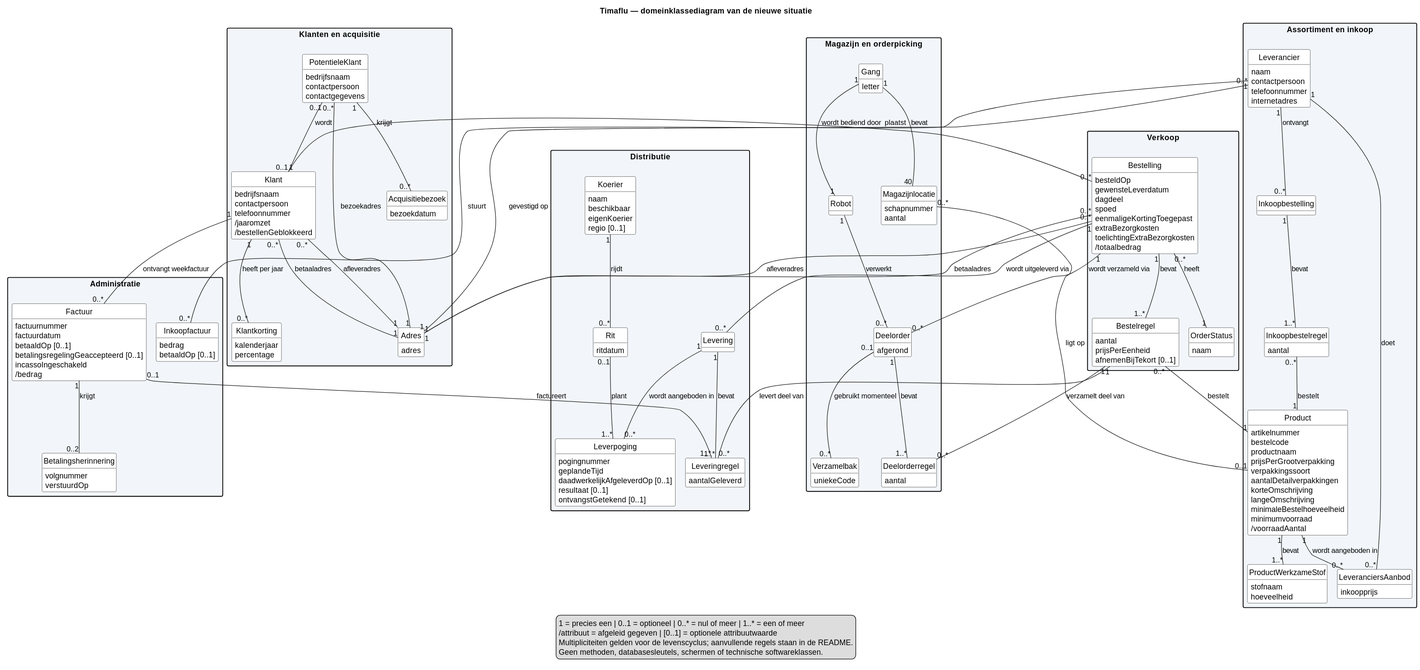
This is Documentation/Architecture/uml/export/domain/dkd-timaflu.svg from ViktorQorri/Project-Timaflu, a PlantUML export, as it was before one commit. The source it was exported from:
```plantuml
@startuml
!pragma layout smetana
title Timaflu — domeinklassediagram van de nieuwe situatie
top to bottom direction
skinparam classAttributeIconSize 0
skinparam packageStyle rectangle
skinparam shadowing false
skinparam linetype polyline
skinparam nodesep 45
skinparam ranksep 65
skinparam classBackgroundColor #FFFFFF
skinparam packageBackgroundColor #F2F6FA
hide methods
hide circle

package "Klanten en acquisitie" {
  class Klant {
    bedrijfsnaam
    contactpersoon
    telefoonnummer
    /jaaromzet
    /bestellenGeblokkeerd
  }
  class Adres {
    adres
  }
  class PotentieleKlant {
    bedrijfsnaam
    contactpersoon
    contactgegevens
  }
  class Acquisitiebezoek {
    bezoekdatum
  }
  class Klantkorting {
    kalenderjaar
    percentage
  }
}

package "Verkoop" {
  class Bestelling {
    besteldOp
    gewensteLeverdatum
    dagdeel
    spoed
    eenmaligeKortingToegepast
    extraBezorgkosten
    toelichtingExtraBezorgkosten
    /totaalbedrag
  }
  class Bestelregel {
    aantal
    prijsPerEenheid
    afnemenBijTekort [0..1]
  }
  class OrderStatus {
    naam
  }
}

package "Assortiment en inkoop" {
  class Product {
    artikelnummer
    bestelcode
    productnaam
    prijsPerGrootverpakking
    verpakkingssoort
    aantalDetailverpakkingen
    korteOmschrijving
    langeOmschrijving
    minimaleBestelhoeveelheid
    minimumvoorraad
    /voorraadAantal
  }
  class ProductWerkzameStof {
    stofnaam
    hoeveelheid
  }
  class Leverancier {
    naam
    contactpersoon
    telefoonnummer
    internetadres
  }
  class LeveranciersAanbod {
    inkoopprijs
  }
  class Inkoopbestelling
  class Inkoopbestelregel {
    aantal
  }
}

package "Magazijn en orderpicking" {
  class Gang {
    letter
  }
  class Magazijnlocatie {
    schapnummer
    aantal
  }
  class Robot
  class Deelorder {
    afgerond
  }
  class Deelorderregel {
    aantal
  }
  class Verzamelbak {
    uniekeCode
  }
}

package "Distributie" {
  class Koerier {
    naam
    beschikbaar
    eigenKoerier
    regio [0..1]
  }
  class Rit {
    ritdatum
  }
  class Levering
  class Leverpoging {
    pogingnummer
    geplandeTijd
    daadwerkelijkAfgeleverdOp [0..1]
    resultaat [0..1]
    ontvangstGetekend [0..1]
  }
  class Leveringregel {
    aantalGeleverd
  }
}

package "Administratie" {
  class Factuur {
    factuurnummer
    factuurdatum
    betaaldOp [0..1]
    betalingsregelingGeaccepteerd [0..1]
    incassoIngeschakeld
    /bedrag
  }
  class Betalingsherinnering {
    volgnummer
    verstuurdOp
  }
  class Inkoopfactuur {
    bedrag
    betaaldOp [0..1]
  }
}

Klant "0..*" -- "1" Adres : afleveradres
Klant "0..*" -- "1" Adres : betaaladres
PotentieleKlant "0..*" -- "1" Adres : bezoekadres
PotentieleKlant "1" -- "0..*" Acquisitiebezoek : krijgt
PotentieleKlant "0..1" -- "0..1" Klant : wordt
Klant "1" -- "0..*" Klantkorting : heeft per jaar
Klant "1" -- "0..*" Bestelling : plaatst
Bestelling "0..*" -- "1" Adres : afleveradres
Bestelling "0..*" -- "1" Adres : betaaladres
Bestelling "1" -- "1..*" Bestelregel : bevat
Bestelregel "0..*" -- "1" Product : bestelt
Bestelling "0..*" -- "1" OrderStatus : heeft

Product "1" -- "1..*" ProductWerkzameStof : bevat
Leverancier "0..*" -- "1" Adres : gevestigd op
Leverancier "1" -- "0..*" LeveranciersAanbod : doet
Product "1" -- "0..*" LeveranciersAanbod : wordt aangeboden in
Leverancier "1" -- "0..*" Inkoopbestelling : ontvangt
Inkoopbestelling "1" -- "1..*" Inkoopbestelregel : bevat
Inkoopbestelregel "0..*" -- "1" Product : bestelt

Gang "1" -- "40" Magazijnlocatie : bevat
Gang "1" -- "1" Robot : wordt bediend door
Product "0..1" -- "0..*" Magazijnlocatie : ligt op
Bestelling "1" -- "0..*" Deelorder : wordt verzameld via
Robot "1" -- "0..*" Deelorder : verwerkt
Deelorder "1" -- "1..*" Deelorderregel : bevat
Deelorderregel "0..*" -- "1" Bestelregel : verzamelt deel van
Deelorder "0..1" -- "0..*" Verzamelbak : gebruikt momenteel

Koerier "1" -- "0..*" Rit : rijdt
Rit "0..1" -- "1..*" Leverpoging : plant
Bestelling "1" -- "0..*" Levering : wordt uitgeleverd via
Levering "1" -- "0..*" Leverpoging : wordt aangeboden in
Levering "1" -- "1..*" Leveringregel : bevat
Leveringregel "0..*" -- "1" Bestelregel : levert deel van

Klant "1" -- "0..*" Factuur : ontvangt weekfactuur
Factuur "0..1" -- "1..*" Leveringregel : factureert
Factuur "1" -- "0..2" Betalingsherinnering : krijgt
Leverancier "1" -- "0..*" Inkoopfactuur : stuurt

legend bottom
  1 = precies een | 0..1 = optioneel | 0..* = nul of meer | 1..* = een of meer
  /attribuut = afgeleid gegeven | [0..1] = optionele attribuutwaarde
  Multipliciteiten gelden voor de levenscyclus; aanvullende regels staan in de README.
  Geen methoden, databasesleutels, schermen of technische softwareklassen.
endlegend
@enduml
```
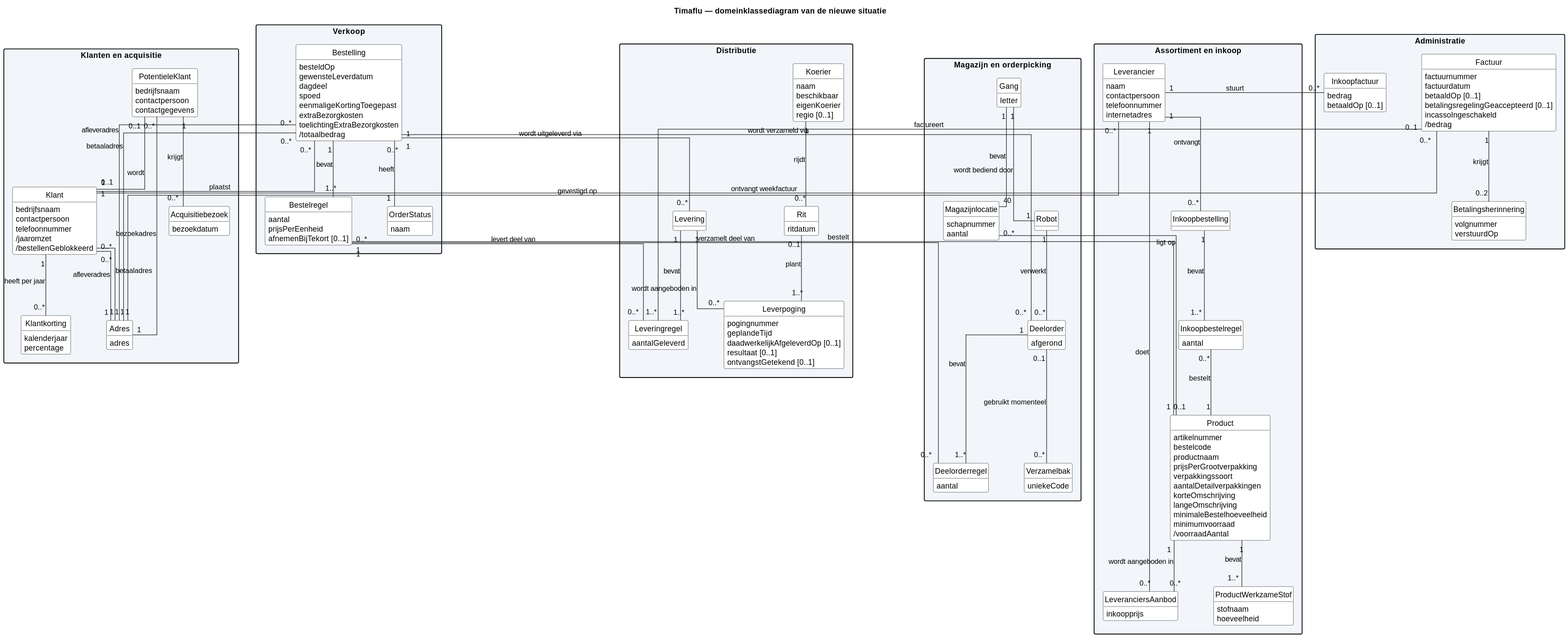
The same file after the commit.

The edit, as a diff of the source:
```diff
@@ -1,19 +1,18 @@
 @startuml
-!pragma layout smetana
 title Timaflu — domeinklassediagram van de nieuwe situatie
 top to bottom direction
 skinparam classAttributeIconSize 0
 skinparam packageStyle rectangle
 skinparam shadowing false
-skinparam linetype polyline
-skinparam nodesep 45
-skinparam ranksep 65
+skinparam linetype ortho
+skinparam nodesep 65
+skinparam ranksep 85
 skinparam classBackgroundColor #FFFFFF
 skinparam packageBackgroundColor #F2F6FA
 hide methods
 hide circle
 
-package "Klanten en acquisitie" {
+package "Klanten en acquisitie" as P1 {
   class Klant {
     bedrijfsnaam
     contactpersoon
@@ -38,7 +37,7 @@
   }
 }
 
-package "Verkoop" {
+package "Verkoop" as P2 {
   class Bestelling {
     besteldOp
     gewensteLeverdatum
@@ -59,7 +58,7 @@
   }
 }
 
-package "Assortiment en inkoop" {
+package "Assortiment en inkoop" as P3 {
   class Product {
     artikelnummer
     bestelcode
@@ -92,7 +91,7 @@
   }
 }
 
-package "Magazijn en orderpicking" {
+package "Magazijn en orderpicking" as P4 {
   class Gang {
     letter
   }
@@ -112,7 +111,7 @@
   }
 }
 
-package "Distributie" {
+package "Distributie" as P5 {
   class Koerier {
     naam
     beschikbaar
@@ -135,7 +134,7 @@
   }
 }
 
-package "Administratie" {
+package "Administratie" as P6 {
   class Factuur {
     factuurnummer
     factuurdatum
@@ -160,15 +159,15 @@
 PotentieleKlant "1" -- "0..*" Acquisitiebezoek : krijgt
 PotentieleKlant "0..1" -- "0..1" Klant : wordt
 Klant "1" -- "0..*" Klantkorting : heeft per jaar
-Klant "1" -- "0..*" Bestelling : plaatst
-Bestelling "0..*" -- "1" Adres : afleveradres
-Bestelling "0..*" -- "1" Adres : betaaladres
+Klant "1" -[norank]- "0..*" Bestelling : plaatst
+Bestelling "0..*" -[norank]- "1" Adres : afleveradres
+Bestelling "0..*" -[norank]- "1" Adres : betaaladres
 Bestelling "1" -- "1..*" Bestelregel : bevat
-Bestelregel "0..*" -- "1" Product : bestelt
+Bestelregel "0..*" -[norank]- "1" Product : bestelt
 Bestelling "0..*" -- "1" OrderStatus : heeft
 
 Product "1" -- "1..*" ProductWerkzameStof : bevat
-Leverancier "0..*" -- "1" Adres : gevestigd op
+Leverancier "0..*" -[norank]- "1" Adres : gevestigd op
 Leverancier "1" -- "0..*" LeveranciersAanbod : doet
 Product "1" -- "0..*" LeveranciersAanbod : wordt aangeboden in
 Leverancier "1" -- "0..*" Inkoopbestelling : ontvangt
@@ -177,29 +176,28 @@
 
 Gang "1" -- "40" Magazijnlocatie : bevat
 Gang "1" -- "1" Robot : wordt bediend door
-Product "0..1" -- "0..*" Magazijnlocatie : ligt op
-Bestelling "1" -- "0..*" Deelorder : wordt verzameld via
+Product "0..1" -[norank]- "0..*" Magazijnlocatie : ligt op
+Bestelling "1" -[norank]- "0..*" Deelorder : wordt verzameld via
 Robot "1" -- "0..*" Deelorder : verwerkt
 Deelorder "1" -- "1..*" Deelorderregel : bevat
-Deelorderregel "0..*" -- "1" Bestelregel : verzamelt deel van
+Deelorderregel "0..*" -[norank]- "1" Bestelregel : verzamelt deel van
 Deelorder "0..1" -- "0..*" Verzamelbak : gebruikt momenteel
 
 Koerier "1" -- "0..*" Rit : rijdt
 Rit "0..1" -- "1..*" Leverpoging : plant
-Bestelling "1" -- "0..*" Levering : wordt uitgeleverd via
+Bestelling "1" -[norank]- "0..*" Levering : wordt uitgeleverd via
 Levering "1" -- "0..*" Leverpoging : wordt aangeboden in
 Levering "1" -- "1..*" Leveringregel : bevat
-Leveringregel "0..*" -- "1" Bestelregel : levert deel van
+Leveringregel "0..*" -[norank]- "1" Bestelregel : levert deel van
 
-Klant "1" -- "0..*" Factuur : ontvangt weekfactuur
-Factuur "0..1" -- "1..*" Leveringregel : factureert
+Klant "1" -[norank]- "0..*" Factuur : ontvangt weekfactuur
+Factuur "0..1" -[norank]- "1..*" Leveringregel : factureert
 Factuur "1" -- "0..2" Betalingsherinnering : krijgt
-Leverancier "1" -- "0..*" Inkoopfactuur : stuurt
+Leverancier "1" -[norank]- "0..*" Inkoopfactuur : stuurt
 
-legend bottom
-  1 = precies een | 0..1 = optioneel | 0..* = nul of meer | 1..* = een of meer
-  /attribuut = afgeleid gegeven | [0..1] = optionele attribuutwaarde
-  Multipliciteiten gelden voor de levenscyclus; aanvullende regels staan in de README.
-  Geen methoden, databasesleutels, schermen of technische softwareklassen.
-endlegend
+PotentieleKlant -[hidden]right-> Bestelling
+Bestelling -[hidden]right-> Leverancier
+Leverancier -[hidden]right-> Gang
+Gang -[hidden]right-> Koerier
+Koerier -[hidden]right-> Factuur
 @enduml
```
